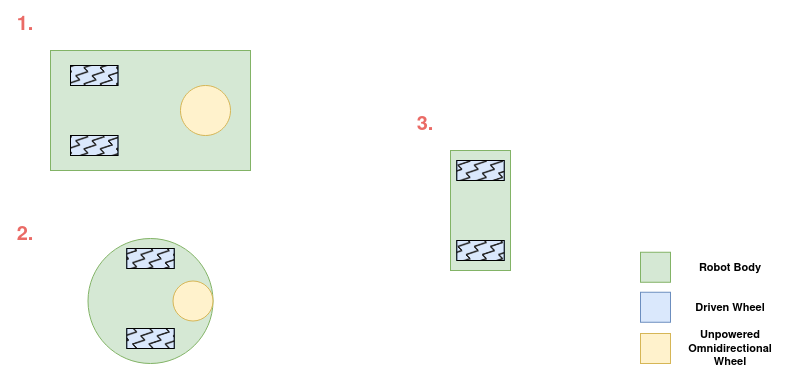
Before: Figures/DifferentialDrive.drawio.png, a diagram exported from draw.io (orjano-max/ORJANOS_MASTER_REPO). Source tidied: cells renumbered, new cells last; positions are measured from the earlier drawing's top-left corner, leaving out a move shared by most shapes.
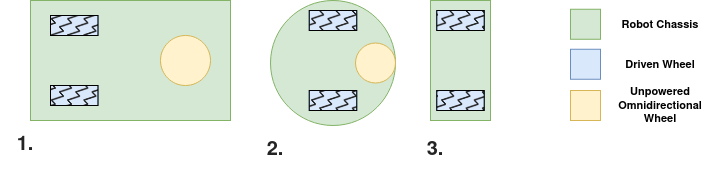
The same diagram one commit later.

Diff of the diagram source:
```diff
@@ -3,7 +3,7 @@
     <mxCell id="0" />
     <mxCell id="1" parent="0" />
     <mxCell id="2" style="group;" parent="1" vertex="1">
-      <mxGeometry x="450" y="150" width="60" height="120" as="geometry" />
+      <mxGeometry x="500" y="243" width="60" height="120" as="geometry" />
     </mxCell>
     <mxCell id="3" style="rounded=0;whiteSpace=wrap;html=1;direction=south;fillColor=#d5e8d4;strokeColor=#82b366;" parent="2" vertex="1">
       <mxGeometry width="60" height="120" as="geometry" />
@@ -21,7 +21,7 @@
       <mxGeometry x="6.2" y="90" width="47.5" height="20" as="geometry" />
     </mxCell>
     <mxCell id="8" style="group;fillColor=#d5e8d4;strokeColor=#82b366;" parent="1" vertex="1">
-      <mxGeometry x="50" y="50" width="200" height="120" as="geometry" />
+      <mxGeometry x="100" y="243" width="200" height="120" as="geometry" />
     </mxCell>
     <mxCell id="9" style="rounded=0;whiteSpace=wrap;html=1;direction=south;fillColor=#d5e8d4;strokeColor=#82b366;" parent="8" vertex="1">
       <mxGeometry width="200" height="120" as="geometry" />
@@ -42,7 +42,7 @@
       <mxGeometry x="20" y="85" width="47.5" height="20" as="geometry" />
     </mxCell>
     <mxCell id="15" style="group;" parent="1" vertex="1">
-      <mxGeometry x="87.5" y="238" width="125" height="125" as="geometry" />
+      <mxGeometry x="340" y="243" width="125" height="125" as="geometry" />
     </mxCell>
     <mxCell id="16" style="ellipse;whiteSpace=wrap;html=1;fillColor=#d5e8d4;strokeColor=#82b366;" parent="15" vertex="1">
       <mxGeometry width="125" height="125" as="geometry" />
@@ -71,7 +71,7 @@
     <mxCell id="24" style="whiteSpace=wrap;html=1;fillColor=#fff2cc;strokeColor=#d6b656;" parent="1" vertex="1">
       <mxGeometry x="640" y="333" width="30" height="30" as="geometry" />
     </mxCell>
-    <mxCell id="25" value="Robot Body" style="text;html=1;strokeColor=none;fillColor=none;align=center;verticalAlign=middle;whiteSpace=wrap;rounded=0;fontSize=11;fontStyle=1;" parent="1" vertex="1">
+    <mxCell id="25" value="Robot Chassis" style="text;html=1;strokeColor=none;fillColor=none;align=center;verticalAlign=middle;whiteSpace=wrap;rounded=0;fontSize=11;fontStyle=1;" parent="1" vertex="1">
       <mxGeometry x="670" y="251.8" width="120" height="30" as="geometry" />
     </mxCell>
     <mxCell id="26" value="Driven Wheel" style="text;html=1;strokeColor=none;fillColor=none;align=center;verticalAlign=middle;whiteSpace=wrap;rounded=0;fontSize=11;fontStyle=1;" parent="1" vertex="1">
@@ -80,14 +80,14 @@
     <mxCell id="27" value="Unpowered Omnidirectional Wheel" style="text;html=1;strokeColor=none;fillColor=none;align=center;verticalAlign=middle;whiteSpace=wrap;rounded=0;fontSize=11;fontStyle=1;" parent="1" vertex="1">
       <mxGeometry x="670" y="333" width="120" height="30" as="geometry" />
     </mxCell>
-    <mxCell id="28" value="&lt;font size=&quot;1&quot;&gt;&lt;b style=&quot;font-size: 20px;&quot;&gt;2.&lt;/b&gt;&lt;/font&gt;" style="text;html=1;strokeColor=none;fillColor=none;align=center;verticalAlign=middle;whiteSpace=wrap;rounded=0;fontColor=#EA6B66;" parent="1" vertex="1">
-      <mxGeometry y="210" width="50" height="50" as="geometry" />
+    <mxCell id="28" value="&lt;font size=&quot;1&quot; color=&quot;#242424&quot;&gt;&lt;b style=&quot;font-size: 20px;&quot;&gt;3.&lt;/b&gt;&lt;/font&gt;" style="text;html=1;strokeColor=none;fillColor=none;align=center;verticalAlign=middle;whiteSpace=wrap;rounded=0;fontColor=#EA6B66;" parent="1" vertex="1">
+      <mxGeometry x="480" y="368" width="50" height="50" as="geometry" />
     </mxCell>
-    <mxCell id="29" value="&lt;font size=&quot;1&quot;&gt;&lt;b style=&quot;font-size: 20px;&quot;&gt;1.&lt;/b&gt;&lt;/font&gt;" style="text;html=1;strokeColor=none;fillColor=none;align=center;verticalAlign=middle;whiteSpace=wrap;rounded=0;fontColor=#EA6B66;" parent="1" vertex="1">
-      <mxGeometry width="50" height="50" as="geometry" />
+    <mxCell id="29" value="&lt;font size=&quot;1&quot; color=&quot;#242424&quot;&gt;&lt;b style=&quot;font-size: 20px;&quot;&gt;1.&lt;/b&gt;&lt;/font&gt;" style="text;html=1;strokeColor=none;fillColor=none;align=center;verticalAlign=middle;whiteSpace=wrap;rounded=0;fontColor=#EA6B66;" parent="1" vertex="1">
+      <mxGeometry x="70" y="363" width="50" height="50" as="geometry" />
     </mxCell>
-    <mxCell id="30" value="&lt;font size=&quot;1&quot;&gt;&lt;b style=&quot;font-size: 20px;&quot;&gt;3.&lt;/b&gt;&lt;/font&gt;" style="text;html=1;strokeColor=none;fillColor=none;align=center;verticalAlign=middle;whiteSpace=wrap;rounded=0;fontColor=#EA6B66;" parent="1" vertex="1">
-      <mxGeometry x="400" y="100" width="50" height="50" as="geometry" />
-    </mxCell>
+    <mxCell id="31" value="&lt;font size=&quot;1&quot; color=&quot;#242424&quot;&gt;&lt;b style=&quot;font-size: 20px;&quot;&gt;2.&lt;/b&gt;&lt;/font&gt;" style="text;html=1;strokeColor=none;fillColor=none;align=center;verticalAlign=middle;whiteSpace=wrap;rounded=0;fontColor=#EA6B66;" parent="1" vertex="1">
+      <mxGeometry x="320" y="368" width="50" height="50" as="geometry" />
+    </mxCell>
   </root>
 </mxGraphModel>
```
